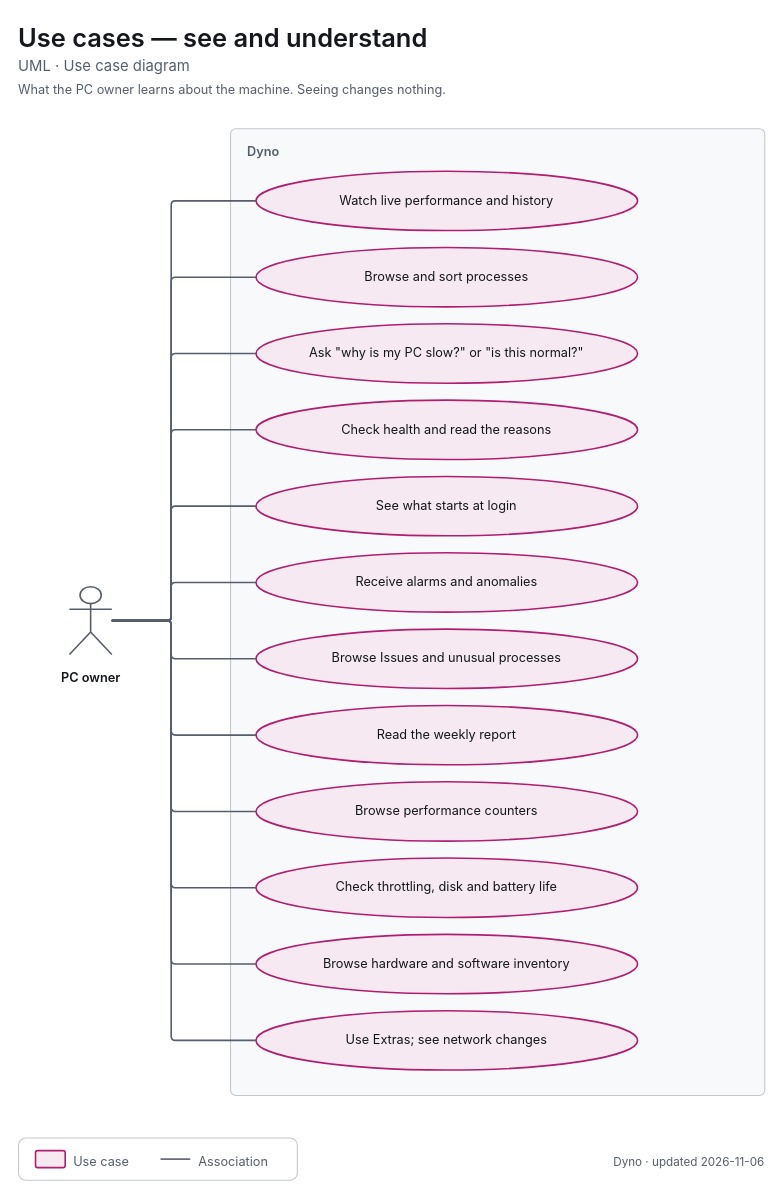
Earlier version of the draw.io diagram apps/dyno/diagrams/uml-use-cases-observe.drawio (decryp7/paddock). Source tidied: cells renumbered, new cells numbered last; positions are measured from the earlier drawing's top-left corner, leaving out a move shared by most shapes. Both pictures are drawn from the tidied source at 106%, with x=0, y=0 at pixel (18, 18).
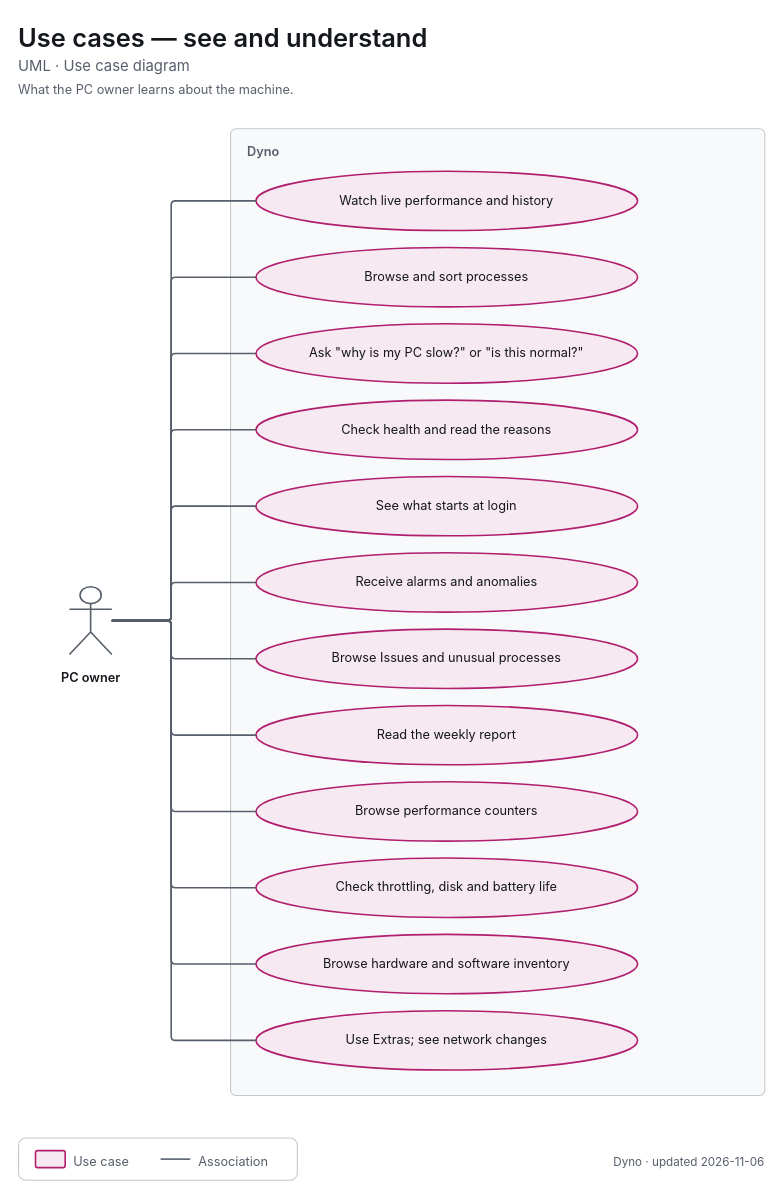
Above is the later version.

What changed in the source:
```diff
@@
-    <mxCell id="4" value="&lt;span style=&quot;font-size:12px;font-weight:400&quot;&gt;What the PC owner learns about the machine. Seeing changes nothing.&lt;/span&gt;" style="html=1;whiteSpace=wrap;fontFamily=-apple-system,BlinkMacSystemFont,Segoe UI,system-ui,sans-serif;fontSize=12;fontColor=light-dark(#14171C,#ECEEF1);text;strokeColor=none;fillColor=none;align=left;verticalAlign=top;spacing=0;fontColor=light-dark(#565E6B,#A0A7B2);" parent="1" vertex="1">
+    <mxCell id="4" value="&lt;span style=&quot;font-size:12px;font-weight:400&quot;&gt;What the PC owner learns about the machine.&lt;/span&gt;" style="html=1;whiteSpace=wrap;fontFamily=-apple-system,BlinkMacSystemFont,Segoe UI,system-ui,sans-serif;fontSize=12;fontColor=light-dark(#14171C,#ECEEF1);text;strokeColor=none;fillColor=none;align=left;verticalAlign=top;spacing=0;fontColor=light-dark(#565E6B,#A0A7B2);" parent="1" vertex="1">
       <mxGeometry y="56" width="704" height="20" as="geometry" />
     </mxCell>
```
